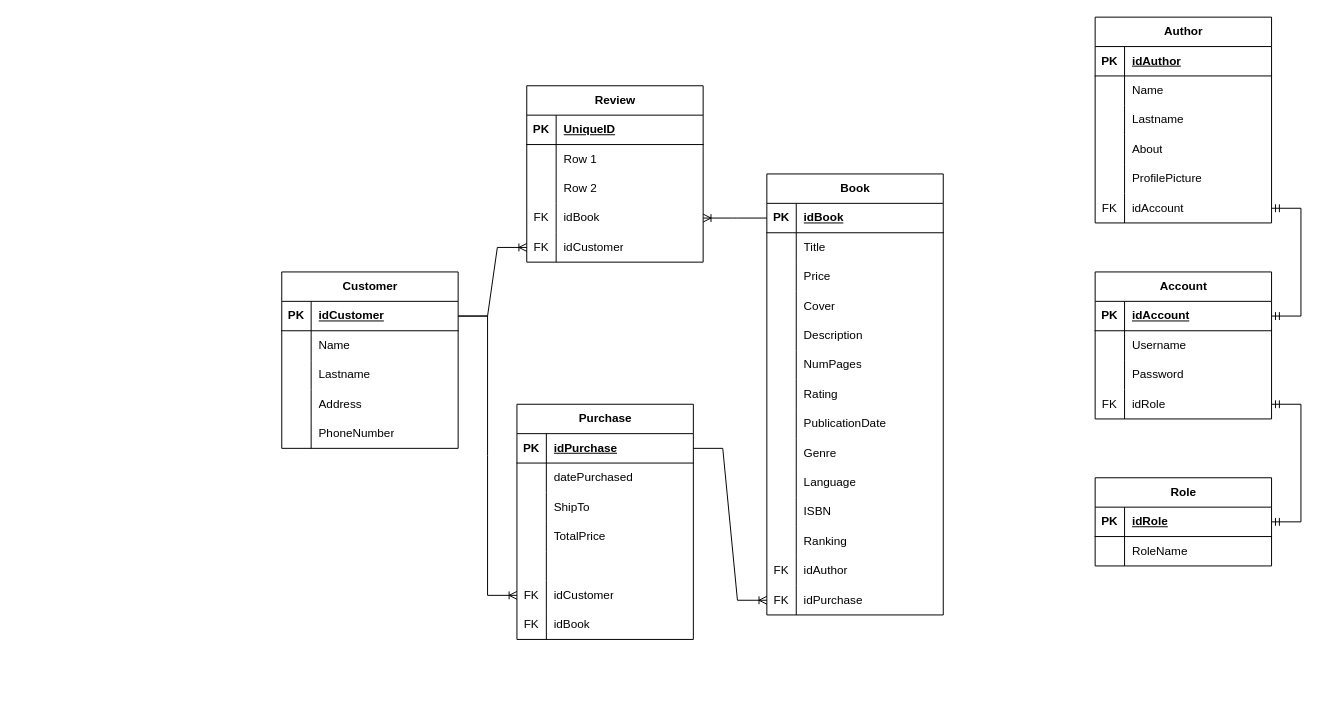
Above: docs/diagrams/bookStoreEntityRelation.drawio in josueBarretogit/goApiBookstore (draw.io), before the change. Source tidied: cells renumbered, new cells numbered last; positions are measured from the earlier drawing's top-left corner, leaving out a move shared by most shapes. Both pictures are drawn from the tidied source at 98%, with x=0, y=0 at pixel (281, 17).
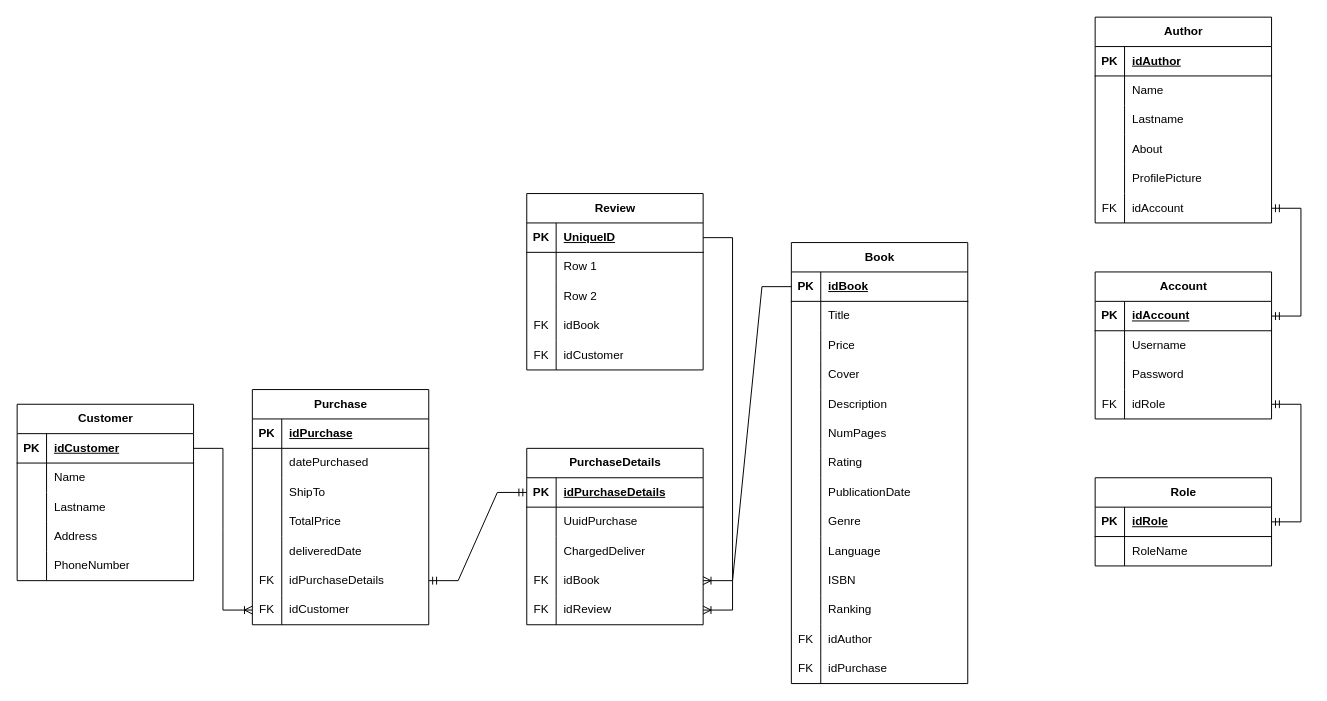
Above is the later version.

Commit message:
Stablished relationship between book and customer bookStoreEntityRelation.drawio

Unchanged cells that the change refers to:
```xml
<mxCell id="3" style="shape=tableRow;horizontal=0;startSize=0;swimlaneHead=0;swimlaneBody=0;fillColor=none;points=[[0,0.5],[1,0.5]];portConstraint=eastwest;top=0;left=0;right=0;bottom=1;" parent="2" vertex="1">
  <mxGeometry y="30" width="180" height="30" as="geometry" />
</mxCell>
<mxCell id="42" style="shape=tableRow;horizontal=0;startSize=0;swimlaneHead=0;swimlaneBody=0;fillColor=none;points=[[0,0.5],[1,0.5]];portConstraint=eastwest;top=0;left=0;right=0;bottom=0;" parent="2" vertex="1">
  <mxGeometry y="420" width="180" height="30" as="geometry" />
</mxCell>
<mxCell id="87" style="shape=tableRow;horizontal=0;startSize=0;swimlaneHead=0;swimlaneBody=0;fillColor=none;points=[[0,0.5],[1,0.5]];portConstraint=eastwest;top=0;left=0;right=0;bottom=1;" parent="86" vertex="1">
  <mxGeometry y="30" width="180" height="30" as="geometry" />
</mxCell>
<mxCell id="103" style="shape=tableRow;horizontal=0;startSize=0;swimlaneHead=0;swimlaneBody=0;fillColor=none;points=[[0,0.5],[1,0.5]];portConstraint=eastwest;top=0;left=0;right=0;bottom=1;" parent="102" vertex="1">
  <mxGeometry y="30" width="180" height="30" as="geometry" />
</mxCell>
<mxCell id="126" style="shape=tableRow;horizontal=0;startSize=0;swimlaneHead=0;swimlaneBody=0;fillColor=none;points=[[0,0.5],[1,0.5]];portConstraint=eastwest;top=0;left=0;right=0;bottom=1;" parent="125" vertex="1">
  <mxGeometry y="30" width="180" height="30" as="geometry" />
</mxCell>
<mxCell id="135" style="shape=tableRow;horizontal=0;startSize=0;swimlaneHead=0;swimlaneBody=0;fillColor=none;points=[[0,0.5],[1,0.5]];portConstraint=eastwest;top=0;left=0;right=0;bottom=0;" parent="125" vertex="1">
  <mxGeometry y="120" width="180" height="30" as="geometry" />
</mxCell>
<mxCell id="138" style="shape=tableRow;horizontal=0;startSize=0;swimlaneHead=0;swimlaneBody=0;fillColor=none;points=[[0,0.5],[1,0.5]];portConstraint=eastwest;top=0;left=0;right=0;bottom=0;" parent="125" vertex="1">
  <mxGeometry y="150" width="180" height="30" as="geometry" />
</mxCell>
```

Diff of the diagram source:
```diff
@@
     <mxCell id="2" value="Book" style="shape=table;startSize=30;childLayout=tableLayout;rowLines=0;fontStyle=1;align=center;html=1;" parent="1" vertex="1">
-      <mxGeometry x="495" y="160" width="180" height="450" as="geometry" />
+      <mxGeometry x="520" y="230" width="180" height="450" as="geometry" />
     </mxCell>
@@
     <mxCell id="86" value="Customer" style="shape=table;startSize=30;childLayout=tableLayout;rowLines=0;fontStyle=1;align=center;html=1;" parent="1" vertex="1">
-      <mxGeometry y="260" width="180" height="180" as="geometry" />
+      <mxGeometry x="-270" y="395" width="180" height="180" as="geometry" />
     </mxCell>
@@
     <mxCell id="102" value="Purchase" style="shape=table;startSize=30;childLayout=tableLayout;rowLines=0;fontStyle=1;align=center;html=1;" parent="1" vertex="1">
-      <mxGeometry x="240" y="395" width="180" height="240" as="geometry" />
+      <mxGeometry x="-30" y="380" width="180" height="240" as="geometry" />
     </mxCell>
@@
+    <mxCell id="144" style="shape=tableRow;horizontal=0;startSize=0;swimlaneHead=0;swimlaneBody=0;fillColor=none;top=0;left=0;right=0;bottom=0;" parent="102" vertex="1">
+      <mxGeometry y="150" width="180" height="30" as="geometry" />
+    </mxCell>
+    <mxCell id="145" style="shape=partialRectangle;fillColor=none;top=0;left=0;bottom=0;right=0;overflow=hidden;whiteSpace=wrap;html=1;" parent="144" vertex="1">
+      <mxGeometry width="30" height="30" as="geometry" />
+    </mxCell>
+    <mxCell id="146" value="deliveredDate" style="shape=partialRectangle;fillColor=none;top=0;left=0;bottom=0;right=0;align=left;spacingLeft=6;overflow=hidden;whiteSpace=wrap;html=1;" parent="144" vertex="1">
+      <mxGeometry x="30" width="150" height="30" as="geometry" />
+    </mxCell>
     <mxCell id="115" style="shape=tableRow;horizontal=0;startSize=0;swimlaneHead=0;swimlaneBody=0;fillColor=none;points=[[0,0.5],[1,0.5]];portConstraint=eastwest;top=0;left=0;right=0;bottom=0;" parent="102" vertex="1">
-      <mxGeometry y="150" width="180" height="30" as="geometry" />
+      <mxGeometry y="180" width="180" height="30" as="geometry" />
     </mxCell>
-    <mxCell id="116" style="shape=partialRectangle;fillColor=none;top=0;left=0;bottom=0;right=0;overflow=hidden;whiteSpace=wrap;html=1;" parent="115" vertex="1">
+    <mxCell id="116" value="FK" style="shape=partialRectangle;fillColor=none;top=0;left=0;bottom=0;right=0;overflow=hidden;whiteSpace=wrap;html=1;" parent="115" vertex="1">
       <mxGeometry width="30" height="30" as="geometry" />
     </mxCell>
-    <mxCell id="117" style="shape=partialRectangle;fillColor=none;top=0;left=0;bottom=0;right=0;align=left;spacingLeft=6;overflow=hidden;whiteSpace=wrap;html=1;" parent="115" vertex="1">
+    <mxCell id="117" value="idPurchaseDetails" style="shape=partialRectangle;fillColor=none;top=0;left=0;bottom=0;right=0;align=left;spacingLeft=6;overflow=hidden;whiteSpace=wrap;html=1;" parent="115" vertex="1">
       <mxGeometry x="30" width="150" height="30" as="geometry" />
     </mxCell>
-    <mxCell id="118" style="shape=tableRow;horizontal=0;startSize=0;swimlaneHead=0;swimlaneBody=0;fillColor=none;points=[[0,0.5],[1,0.5]];portConstraint=eastwest;top=0;left=0;right=0;bottom=0;" parent="102" vertex="1">
-      <mxGeometry y="180" width="180" height="30" as="geometry" />
-    </mxCell>
-    <mxCell id="119" value="FK" style="shape=partialRectangle;fillColor=none;top=0;left=0;bottom=0;right=0;overflow=hidden;whiteSpace=wrap;html=1;" parent="118" vertex="1">
-      <mxGeometry width="30" height="30" as="geometry" />
-    </mxCell>
+    <mxCell id="121" style="shape=tableRow;horizontal=0;startSize=0;swimlaneHead=0;swimlaneBody=0;fillColor=none;points=[[0,0.5],[1,0.5]];portConstraint=eastwest;top=0;left=0;right=0;bottom=0;" parent="102" vertex="1">
+      <mxGeometry y="210" width="180" height="30" as="geometry" />
+    </mxCell>
+    <mxCell id="147" value="FK" style="shape=partialRectangle;fillColor=none;top=0;left=0;bottom=0;right=0;overflow=hidden;whiteSpace=wrap;html=1;" parent="121" vertex="1">
+      <mxGeometry width="30" height="30" as="geometry" />
+    </mxCell>
-    <mxCell id="120" value="idCustomer" style="shape=partialRectangle;fillColor=none;top=0;left=0;bottom=0;right=0;align=left;spacingLeft=6;overflow=hidden;whiteSpace=wrap;html=1;" parent="118" vertex="1">
+    <mxCell id="120" value="idCustomer" style="shape=partialRectangle;fillColor=none;top=0;left=0;bottom=0;right=0;align=left;spacingLeft=6;overflow=hidden;whiteSpace=wrap;html=1;" parent="121" vertex="1">
       <mxGeometry x="30" width="150" height="30" as="geometry" />
     </mxCell>
-    <mxCell id="121" style="shape=tableRow;horizontal=0;startSize=0;swimlaneHead=0;swimlaneBody=0;fillColor=none;points=[[0,0.5],[1,0.5]];portConstraint=eastwest;top=0;left=0;right=0;bottom=0;" parent="102" vertex="1">
-      <mxGeometry y="210" width="180" height="30" as="geometry" />
-    </mxCell>
-    <mxCell id="122" value="FK" style="shape=partialRectangle;fillColor=none;top=0;left=0;bottom=0;right=0;overflow=hidden;whiteSpace=wrap;html=1;" parent="121" vertex="1">
-      <mxGeometry width="30" height="30" as="geometry" />
-    </mxCell>
-    <mxCell id="123" value="idBook" style="shape=partialRectangle;fillColor=none;top=0;left=0;bottom=0;right=0;align=left;spacingLeft=6;overflow=hidden;whiteSpace=wrap;html=1;" parent="121" vertex="1">
-      <mxGeometry x="30" width="150" height="30" as="geometry" />
-    </mxCell>
-    <mxCell id="124" style="edgeStyle=entityRelationEdgeStyle;fontSize=12;html=1;endArrow=ERoneToMany;rounded=0;" parent="1" edge="1" source="87" target="118">
-      <mxGeometry relative="1" as="geometry" />
-    </mxCell>
     <mxCell id="125" value="Review" style="shape=table;startSize=30;childLayout=tableLayout;rowLines=0;fontStyle=1;align=center;html=1;" parent="1" vertex="1">
-      <mxGeometry x="250" y="70" width="180" height="180" as="geometry" />
+      <mxGeometry x="250" y="180" width="180" height="180" as="geometry" />
     </mxCell>
@@
-    <mxCell id="141" style="edgeStyle=entityRelationEdgeStyle;fontSize=12;html=1;endArrow=ERoneToMany;rounded=0;" parent="1" edge="1" source="3" target="135">
-      <mxGeometry relative="1" as="geometry" />
-    </mxCell>
-    <mxCell id="142" style="edgeStyle=entityRelationEdgeStyle;fontSize=12;html=1;endArrow=ERoneToMany;rounded=0;" parent="1" edge="1" source="87" target="138">
-      <mxGeometry relative="1" as="geometry" />
-    </mxCell>
-    <mxCell id="143" style="edgeStyle=entityRelationEdgeStyle;fontSize=12;html=1;endArrow=ERoneToMany;rounded=0;" parent="1" edge="1" source="103" target="42">
-      <mxGeometry relative="1" as="geometry" />
-    </mxCell>
+    <mxCell id="148" value="PurchaseDetails" style="shape=table;startSize=30;childLayout=tableLayout;rowLines=0;fontStyle=1;align=center;html=1;" parent="1" vertex="1">
+      <mxGeometry x="250" y="440" width="180" height="180" as="geometry" />
+    </mxCell>
+    <mxCell id="149" style="shape=tableRow;horizontal=0;startSize=0;swimlaneHead=0;swimlaneBody=0;fillColor=none;points=[[0,0.5],[1,0.5]];portConstraint=eastwest;top=0;left=0;right=0;bottom=1;" parent="148" vertex="1">
+      <mxGeometry y="30" width="180" height="30" as="geometry" />
+    </mxCell>
+    <mxCell id="150" value="PK" style="shape=partialRectangle;fillColor=none;top=0;left=0;bottom=0;right=0;fontStyle=1;overflow=hidden;whiteSpace=wrap;html=1;" parent="149" vertex="1">
+      <mxGeometry width="30" height="30" as="geometry" />
+    </mxCell>
+    <mxCell id="151" value="idPurchaseDetails" style="shape=partialRectangle;fillColor=none;top=0;left=0;bottom=0;right=0;align=left;spacingLeft=6;fontStyle=5;overflow=hidden;whiteSpace=wrap;html=1;" parent="149" vertex="1">
+      <mxGeometry x="30" width="150" height="30" as="geometry" />
+    </mxCell>
+    <mxCell id="152" style="shape=tableRow;horizontal=0;startSize=0;swimlaneHead=0;swimlaneBody=0;fillColor=none;top=0;left=0;right=0;bottom=0;" parent="148" vertex="1">
+      <mxGeometry y="60" width="180" height="30" as="geometry" />
+    </mxCell>
+    <mxCell id="153" style="shape=partialRectangle;fillColor=none;top=0;left=0;bottom=0;right=0;overflow=hidden;whiteSpace=wrap;html=1;" parent="152" vertex="1">
+      <mxGeometry width="30" height="30" as="geometry" />
+    </mxCell>
+    <mxCell id="154" value="UuidPurchase" style="shape=partialRectangle;fillColor=none;top=0;left=0;bottom=0;right=0;align=left;spacingLeft=6;overflow=hidden;whiteSpace=wrap;html=1;" parent="152" vertex="1">
+      <mxGeometry x="30" width="150" height="30" as="geometry" />
+    </mxCell>
+    <mxCell id="155" style="shape=tableRow;horizontal=0;startSize=0;swimlaneHead=0;swimlaneBody=0;fillColor=none;top=0;left=0;right=0;bottom=0;" parent="148" vertex="1">
+      <mxGeometry y="90" width="180" height="30" as="geometry" />
+    </mxCell>
+    <mxCell id="156" style="shape=partialRectangle;fillColor=none;top=0;left=0;bottom=0;right=0;overflow=hidden;whiteSpace=wrap;html=1;" parent="155" vertex="1">
+      <mxGeometry width="30" height="30" as="geometry" />
+    </mxCell>
+    <mxCell id="157" value="ChargedDeliver" style="shape=partialRectangle;fillColor=none;top=0;left=0;bottom=0;right=0;align=left;spacingLeft=6;overflow=hidden;whiteSpace=wrap;html=1;" parent="155" vertex="1">
+      <mxGeometry x="30" width="150" height="30" as="geometry" />
+    </mxCell>
+    <mxCell id="158" style="shape=tableRow;horizontal=0;startSize=0;swimlaneHead=0;swimlaneBody=0;fillColor=none;points=[[0,0.5],[1,0.5]];portConstraint=eastwest;top=0;left=0;right=0;bottom=0;" parent="148" vertex="1">
+      <mxGeometry y="120" width="180" height="30" as="geometry" />
+    </mxCell>
+    <mxCell id="159" value="FK" style="shape=partialRectangle;fillColor=none;top=0;left=0;bottom=0;right=0;overflow=hidden;whiteSpace=wrap;html=1;" parent="158" vertex="1">
+      <mxGeometry width="30" height="30" as="geometry" />
+    </mxCell>
+    <mxCell id="123" value="idBook" style="shape=partialRectangle;fillColor=none;top=0;left=0;bottom=0;right=0;align=left;spacingLeft=6;overflow=hidden;whiteSpace=wrap;html=1;" parent="158" vertex="1">
+      <mxGeometry x="30" width="150" height="30" as="geometry" />
+    </mxCell>
+    <mxCell id="160" style="shape=tableRow;horizontal=0;startSize=0;swimlaneHead=0;swimlaneBody=0;fillColor=none;points=[[0,0.5],[1,0.5]];portConstraint=eastwest;top=0;left=0;right=0;bottom=0;" parent="148" vertex="1">
+      <mxGeometry y="150" width="180" height="30" as="geometry" />
+    </mxCell>
+    <mxCell id="161" value="FK" style="shape=partialRectangle;fillColor=none;top=0;left=0;bottom=0;right=0;overflow=hidden;whiteSpace=wrap;html=1;" parent="160" vertex="1">
+      <mxGeometry width="30" height="30" as="geometry" />
+    </mxCell>
+    <mxCell id="162" value="idReview" style="shape=partialRectangle;fillColor=none;top=0;left=0;bottom=0;right=0;align=left;spacingLeft=6;overflow=hidden;whiteSpace=wrap;html=1;" parent="160" vertex="1">
+      <mxGeometry x="30" width="150" height="30" as="geometry" />
+    </mxCell>
+    <mxCell id="163" style="edgeStyle=entityRelationEdgeStyle;fontSize=12;html=1;endArrow=ERoneToMany;rounded=0;" parent="1" edge="1" source="3" target="158">
+      <mxGeometry relative="1" as="geometry" />
+    </mxCell>
+    <mxCell id="164" style="edgeStyle=entityRelationEdgeStyle;fontSize=12;html=1;endArrow=ERoneToMany;rounded=0;" parent="1" edge="1" source="126" target="160">
+      <mxGeometry relative="1" as="geometry" />
+    </mxCell>
+    <mxCell id="165" style="edgeStyle=entityRelationEdgeStyle;fontSize=12;html=1;endArrow=ERmandOne;startArrow=ERmandOne;rounded=0;" parent="1" edge="1" source="149" target="115">
+      <mxGeometry relative="1" as="geometry" />
+    </mxCell>
+    <mxCell id="166" style="edgeStyle=entityRelationEdgeStyle;fontSize=12;html=1;endArrow=ERoneToMany;rounded=0;" parent="1" edge="1" source="87" target="121">
+      <mxGeometry relative="1" as="geometry" />
+    </mxCell>
```
